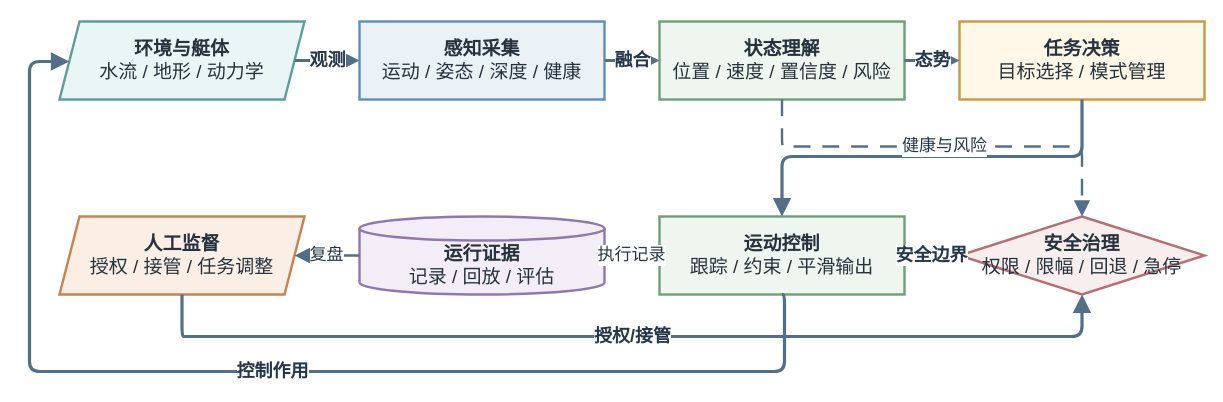
Above: thesis/figures/architecture/auv_system_autonomy_functional_loop.drawio in 360ZMEM/AUV-Master-Mag (draw.io), before the change. Source tidied: cells renumbered, new cells numbered last; positions are measured from the earlier drawing's top-left corner, leaving out a move shared by most shapes. Both pictures are drawn from the tidied source at 100%, with x=0, y=0 at pixel (29, 21).
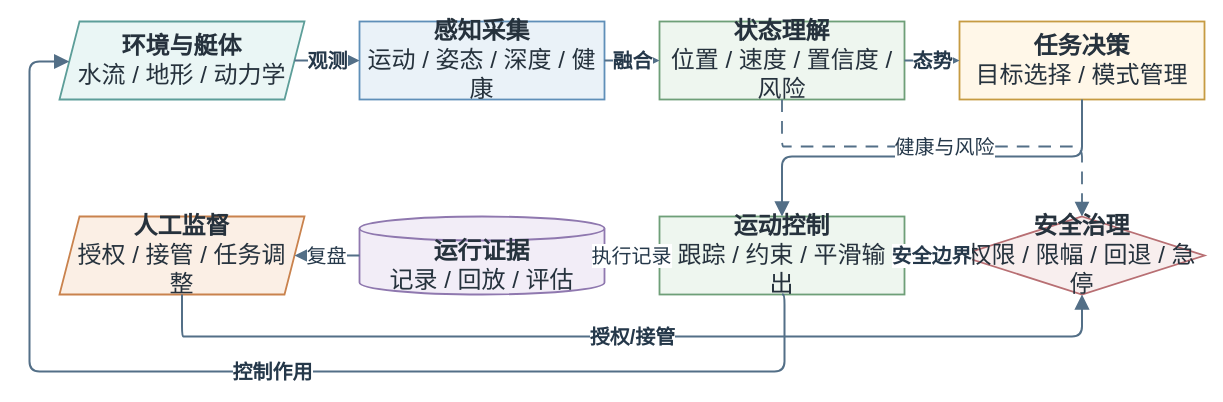
After the change.

The edit, as a diff of the source:
```diff
@@
-    <mxCell id="2" value="&lt;b&gt;环境与艇体&lt;/b&gt;&lt;br&gt;水流 / 地形 / 动力学" style="shape=parallelogram;perimeter=parallelogramPerimeter;fixedSize=1;whiteSpace=wrap;html=1;align=center;verticalAlign=middle;fillColor=#EAF6F5;strokeColor=#5D9E99;strokeWidth=2.4;spacing=8;fontFamily=Songti SC;fontSize=19;fontColor=#26323D;" parent="1" vertex="1">
+    <mxCell id="2" value="&lt;b&gt;环境与艇体&lt;/b&gt;&lt;br&gt;水流 / 地形 / 动力学" style="shape=parallelogram;perimeter=parallelogramPerimeter;fixedSize=1;whiteSpace=wrap;html=1;align=center;verticalAlign=middle;fillColor=#EAF6F5;strokeColor=#5D9E99;strokeWidth=1.8;spacing=8;fontFamily=Songti SC;fontSize=24;fontColor=#26323D;" parent="1" vertex="1">
       <mxGeometry x="30" width="245" height="78" as="geometry" />
     </mxCell>
-    <mxCell id="3" value="&lt;b&gt;感知采集&lt;/b&gt;&lt;br&gt;运动 / 姿态 / 深度 / 健康" style="rounded=0;whiteSpace=wrap;html=1;align=center;verticalAlign=middle;fillColor=#EAF2F8;strokeColor=#5F8FB8;strokeWidth=2.4;spacing=8;fontFamily=Songti SC;fontSize=19;fontColor=#26323D;" parent="1" vertex="1">
+    <mxCell id="3" value="&lt;b&gt;感知采集&lt;/b&gt;&lt;br&gt;运动 / 姿态 / 深度 / 健康" style="rounded=0;whiteSpace=wrap;html=1;align=center;verticalAlign=middle;fillColor=#EAF2F8;strokeColor=#5F8FB8;strokeWidth=1.8;spacing=8;fontFamily=Songti SC;fontSize=24;fontColor=#26323D;" parent="1" vertex="1">
       <mxGeometry x="330" width="245" height="78" as="geometry" />
     </mxCell>
-    <mxCell id="4" value="&lt;b&gt;状态理解&lt;/b&gt;&lt;br&gt;位置 / 速度 / 置信度 / 风险" style="rounded=0;whiteSpace=wrap;html=1;align=center;verticalAlign=middle;fillColor=#EEF6EF;strokeColor=#6E9F78;strokeWidth=2.4;spacing=8;fontFamily=Songti SC;fontSize=19;fontColor=#26323D;" parent="1" vertex="1">
+    <mxCell id="4" value="&lt;b&gt;状态理解&lt;/b&gt;&lt;br&gt;位置 / 速度 / 置信度 / 风险" style="rounded=0;whiteSpace=wrap;html=1;align=center;verticalAlign=middle;fillColor=#EEF6EF;strokeColor=#6E9F78;strokeWidth=1.8;spacing=8;fontFamily=Songti SC;fontSize=24;fontColor=#26323D;" parent="1" vertex="1">
       <mxGeometry x="630" width="245" height="78" as="geometry" />
     </mxCell>
-    <mxCell id="5" value="&lt;b&gt;任务决策&lt;/b&gt;&lt;br&gt;目标选择 / 模式管理" style="rounded=0;whiteSpace=wrap;html=1;align=center;verticalAlign=middle;fillColor=#FFF7E8;strokeColor=#C69B42;strokeWidth=2.4;spacing=8;fontFamily=Songti SC;fontSize=19;fontColor=#26323D;" parent="1" vertex="1">
+    <mxCell id="5" value="&lt;b&gt;任务决策&lt;/b&gt;&lt;br&gt;目标选择 / 模式管理" style="rounded=0;whiteSpace=wrap;html=1;align=center;verticalAlign=middle;fillColor=#FFF7E8;strokeColor=#C69B42;strokeWidth=1.8;spacing=8;fontFamily=Songti SC;fontSize=24;fontColor=#26323D;" parent="1" vertex="1">
       <mxGeometry x="930" width="245" height="78" as="geometry" />
     </mxCell>
-    <mxCell id="6" value="&lt;b&gt;运动控制&lt;/b&gt;&lt;br&gt;跟踪 / 约束 / 平滑输出" style="rounded=0;whiteSpace=wrap;html=1;align=center;verticalAlign=middle;fillColor=#EEF6EF;strokeColor=#6E9F78;strokeWidth=2.4;spacing=8;fontFamily=Songti SC;fontSize=19;fontColor=#26323D;" parent="1" vertex="1">
+    <mxCell id="6" value="&lt;b&gt;运动控制&lt;/b&gt;&lt;br&gt;跟踪 / 约束 / 平滑输出" style="rounded=0;whiteSpace=wrap;html=1;align=center;verticalAlign=middle;fillColor=#EEF6EF;strokeColor=#6E9F78;strokeWidth=1.8;spacing=8;fontFamily=Songti SC;fontSize=24;fontColor=#26323D;" parent="1" vertex="1">
       <mxGeometry x="630" y="195" width="245" height="78" as="geometry" />
     </mxCell>
-    <mxCell id="7" value="&lt;b&gt;安全治理&lt;/b&gt;&lt;br&gt;权限 / 限幅 / 回退 / 急停" style="rhombus;whiteSpace=wrap;html=1;align=center;verticalAlign=middle;fillColor=#F8EEEE;strokeColor=#B86F73;strokeWidth=2.4;spacing=8;fontFamily=Songti SC;fontSize=19;fontColor=#26323D;" parent="1" vertex="1">
+    <mxCell id="7" value="&lt;b&gt;安全治理&lt;/b&gt;&lt;br&gt;权限 / 限幅 / 回退 / 急停" style="rhombus;whiteSpace=wrap;html=1;align=center;verticalAlign=middle;fillColor=#F8EEEE;strokeColor=#B86F73;strokeWidth=1.8;spacing=8;fontFamily=Songti SC;fontSize=24;fontColor=#26323D;" parent="1" vertex="1">
       <mxGeometry x="930" y="195" width="245" height="78" as="geometry" />
     </mxCell>
-    <mxCell id="8" value="&lt;b&gt;人工监督&lt;/b&gt;&lt;br&gt;授权 / 接管 / 任务调整" style="shape=parallelogram;perimeter=parallelogramPerimeter;fixedSize=1;whiteSpace=wrap;html=1;align=center;verticalAlign=middle;fillColor=#FBEFE5;strokeColor=#C9824D;strokeWidth=2.4;spacing=8;fontFamily=Songti SC;fontSize=19;fontColor=#26323D;" parent="1" vertex="1">
+    <mxCell id="8" value="&lt;b&gt;人工监督&lt;/b&gt;&lt;br&gt;授权 / 接管 / 任务调整" style="shape=parallelogram;perimeter=parallelogramPerimeter;fixedSize=1;whiteSpace=wrap;html=1;align=center;verticalAlign=middle;fillColor=#FBEFE5;strokeColor=#C9824D;strokeWidth=1.8;spacing=8;fontFamily=Songti SC;fontSize=24;fontColor=#26323D;" parent="1" vertex="1">
       <mxGeometry x="30" y="195" width="245" height="78" as="geometry" />
     </mxCell>
-    <mxCell id="9" value="&lt;b&gt;运行证据&lt;/b&gt;&lt;br&gt;记录 / 回放 / 评估" style="shape=cylinder3;boundedLbl=1;backgroundOutline=1;size=12;whiteSpace=wrap;html=1;align=center;verticalAlign=middle;fillColor=#F2EDF7;strokeColor=#8F78AF;strokeWidth=2.4;spacing=8;fontFamily=Songti SC;fontSize=19;fontColor=#26323D;" parent="1" vertex="1">
+    <mxCell id="9" value="&lt;b&gt;运行证据&lt;/b&gt;&lt;br&gt;记录 / 回放 / 评估" style="shape=cylinder3;boundedLbl=1;backgroundOutline=1;size=12;whiteSpace=wrap;html=1;align=center;verticalAlign=middle;fillColor=#F2EDF7;strokeColor=#8F78AF;strokeWidth=1.8;spacing=8;fontFamily=Songti SC;fontSize=24;fontColor=#26323D;" parent="1" vertex="1">
       <mxGeometry x="330" y="195" width="245" height="78" as="geometry" />
     </mxCell>
-    <mxCell id="10" value="观测" style="edgeStyle=orthogonalEdgeStyle;rounded=1;jettySize=auto;html=1;strokeColor=#536F87;strokeWidth=3.2;fontFamily=Songti SC;fontSize=18;fontStyle=1;fontColor=#25384A;labelBackgroundColor=#FFFFFF;labelBorderColor=none;endArrow=block;endFill=1;endSize=10;exitX=1;entryX=0;" parent="1" edge="1" source="2" target="3">
+    <mxCell id="10" value="观测" style="edgeStyle=orthogonalEdgeStyle;rounded=1;jettySize=auto;html=1;strokeColor=#536F87;strokeWidth=2.0;fontFamily=Songti SC;fontSize=20;fontStyle=1;fontColor=#25384A;labelBackgroundColor=#FFFFFF;labelBorderColor=none;endArrow=block;endFill=1;endSize=10;exitX=1;entryX=0;" parent="1" edge="1" source="2" target="3">
       <mxGeometry relative="1" as="geometry" />
     </mxCell>
-    <mxCell id="11" value="融合" style="edgeStyle=orthogonalEdgeStyle;rounded=1;jettySize=auto;html=1;strokeColor=#536F87;strokeWidth=3.2;fontFamily=Songti SC;fontSize=18;fontStyle=1;fontColor=#25384A;labelBackgroundColor=#FFFFFF;labelBorderColor=none;endArrow=block;endFill=1;endSize=10;exitX=1;entryX=0;" parent="1" edge="1" source="3" target="4">
+    <mxCell id="11" value="融合" style="edgeStyle=orthogonalEdgeStyle;rounded=1;jettySize=auto;html=1;strokeColor=#536F87;strokeWidth=2.0;fontFamily=Songti SC;fontSize=20;fontStyle=1;fontColor=#25384A;labelBackgroundColor=#FFFFFF;labelBorderColor=none;endArrow=block;endFill=1;endSize=10;exitX=1;entryX=0;" parent="1" edge="1" source="3" target="4">
       <mxGeometry relative="1" as="geometry" />
     </mxCell>
-    <mxCell id="12" value="态势" style="edgeStyle=orthogonalEdgeStyle;rounded=1;jettySize=auto;html=1;strokeColor=#536F87;strokeWidth=3.2;fontFamily=Songti SC;fontSize=18;fontStyle=1;fontColor=#25384A;labelBackgroundColor=#FFFFFF;labelBorderColor=none;endArrow=block;endFill=1;endSize=10;exitX=1;entryX=0;" parent="1" edge="1" source="4" target="5">
+    <mxCell id="12" value="态势" style="edgeStyle=orthogonalEdgeStyle;rounded=1;jettySize=auto;html=1;strokeColor=#536F87;strokeWidth=2.0;fontFamily=Songti SC;fontSize=20;fontStyle=1;fontColor=#25384A;labelBackgroundColor=#FFFFFF;labelBorderColor=none;endArrow=block;endFill=1;endSize=10;exitX=1;entryX=0;" parent="1" edge="1" source="4" target="5">
       <mxGeometry relative="1" as="geometry" />
     </mxCell>
-    <mxCell id="13" style="edgeStyle=orthogonalEdgeStyle;rounded=1;jettySize=auto;html=1;strokeColor=#536F87;strokeWidth=3.2;fontFamily=Songti SC;fontSize=18;fontStyle=1;fontColor=#25384A;labelBackgroundColor=#FFFFFF;labelBorderColor=none;endArrow=block;endFill=1;endSize=10;exitX=0.5;exitY=1;entryX=0.5;entryY=0;" parent="1" edge="1" source="5" target="6">
+    <mxCell id="13" style="edgeStyle=orthogonalEdgeStyle;rounded=1;jettySize=auto;html=1;strokeColor=#536F87;strokeWidth=2.0;fontFamily=Songti SC;fontSize=20;fontStyle=1;fontColor=#25384A;labelBackgroundColor=#FFFFFF;labelBorderColor=none;endArrow=block;endFill=1;endSize=10;exitX=0.5;exitY=1;entryX=0.5;entryY=0;" parent="1" edge="1" source="5" target="6">
       <mxGeometry relative="1" as="geometry">
         <Array as="points">
           <mxPoint x="1053" y="135" />
           <mxPoint x="753" y="135" />
         </Array>
       </mxGeometry>
     </mxCell>
-    <mxCell id="14" value="控制作用" style="edgeStyle=orthogonalEdgeStyle;rounded=1;jettySize=auto;html=1;strokeColor=#536F87;strokeWidth=3.2;fontFamily=Songti SC;fontSize=18;fontStyle=1;fontColor=#25384A;labelBackgroundColor=#FFFFFF;labelBorderColor=none;endArrow=block;endFill=1;endSize=10;exitX=0.5;exitY=1;entryX=0;" parent="1" edge="1" source="6" target="2">
+    <mxCell id="14" value="控制作用" style="edgeStyle=orthogonalEdgeStyle;rounded=1;jettySize=auto;html=1;strokeColor=#536F87;strokeWidth=2.0;fontFamily=Songti SC;fontSize=20;fontStyle=1;fontColor=#25384A;labelBackgroundColor=#FFFFFF;labelBorderColor=none;endArrow=block;endFill=1;endSize=10;exitX=0.5;exitY=1;entryX=0;" parent="1" edge="1" source="6" target="2">
       <mxGeometry relative="1" as="geometry">
         <Array as="points">
           <mxPoint x="755" y="350" />
           <mxPoint y="350" />
           <mxPoint y="40" />
         </Array>
       </mxGeometry>
     </mxCell>
-    <mxCell id="15" value="授权/接管" style="edgeStyle=orthogonalEdgeStyle;rounded=1;jettySize=auto;html=1;strokeColor=#536F87;strokeWidth=3.2;fontFamily=Songti SC;fontSize=18;fontStyle=1;fontColor=#25384A;labelBackgroundColor=#FFFFFF;labelBorderColor=none;endArrow=block;endFill=1;endSize=10;exitX=0.5;exitY=1;entryX=0.5;entryY=1;" parent="1" edge="1" source="8" target="7">
+    <mxCell id="15" value="授权/接管" style="edgeStyle=orthogonalEdgeStyle;rounded=1;jettySize=auto;html=1;strokeColor=#536F87;strokeWidth=2.0;fontFamily=Songti SC;fontSize=20;fontStyle=1;fontColor=#25384A;labelBackgroundColor=#FFFFFF;labelBorderColor=none;endArrow=block;endFill=1;endSize=10;exitX=0.5;exitY=1;entryX=0.5;entryY=1;" parent="1" edge="1" source="8" target="7">
       <mxGeometry relative="1" as="geometry">
         <Array as="points">
           <mxPoint x="155" y="315" />
           <mxPoint x="1055" y="315" />
         </Array>
       </mxGeometry>
     </mxCell>
-    <mxCell id="16" value="安全边界" style="edgeStyle=orthogonalEdgeStyle;rounded=1;jettySize=auto;html=1;strokeColor=#536F87;strokeWidth=3.2;fontFamily=Songti SC;fontSize=18;fontStyle=1;fontColor=#25384A;labelBackgroundColor=#FFFFFF;labelBorderColor=none;endArrow=block;endFill=1;endSize=10;exitX=0;entryX=1;" parent="1" edge="1" source="7" target="6">
+    <mxCell id="16" value="安全边界" style="edgeStyle=orthogonalEdgeStyle;rounded=1;jettySize=auto;html=1;strokeColor=#536F87;strokeWidth=2.0;fontFamily=Songti SC;fontSize=20;fontStyle=1;fontColor=#25384A;labelBackgroundColor=#FFFFFF;labelBorderColor=none;endArrow=block;endFill=1;endSize=10;exitX=0;entryX=1;" parent="1" edge="1" source="7" target="6">
       <mxGeometry relative="1" as="geometry" />
     </mxCell>
-    <mxCell id="17" value="健康与风险" style="edgeStyle=orthogonalEdgeStyle;rounded=1;jettySize=auto;html=1;strokeColor=#536F87;strokeWidth=2.4;fontFamily=Songti SC;fontSize=17;fontColor=#25384A;labelBackgroundColor=#FFFFFF;labelBorderColor=none;endArrow=block;endFill=1;endSize=10;dashed=1;dashPattern=7 5;exitX=0.5;exitY=1;entryX=0.5;entryY=0;" parent="1" edge="1" source="4" target="7">
+    <mxCell id="17" value="健康与风险" style="edgeStyle=orthogonalEdgeStyle;rounded=1;jettySize=auto;html=1;strokeColor=#536F87;strokeWidth=1.8;fontFamily=Songti SC;fontSize=20;fontColor=#25384A;labelBackgroundColor=#FFFFFF;labelBorderColor=none;endArrow=block;endFill=1;endSize=10;dashed=1;dashPattern=7 5;exitX=0.5;exitY=1;entryX=0.5;entryY=0;" parent="1" edge="1" source="4" target="7">
       <mxGeometry relative="1" as="geometry">
         <Array as="points">
           <mxPoint x="755" y="125" />
           <mxPoint x="1055" y="125" />
         </Array>
       </mxGeometry>
     </mxCell>
-    <mxCell id="18" value="执行记录" style="edgeStyle=orthogonalEdgeStyle;rounded=1;jettySize=auto;html=1;strokeColor=#536F87;strokeWidth=2.4;fontFamily=Songti SC;fontSize=17;fontColor=#25384A;labelBackgroundColor=#FFFFFF;labelBorderColor=none;endArrow=block;endFill=1;endSize=10;dashed=1;dashPattern=7 5;exitX=0;entryX=1;" parent="1" edge="1" source="6" target="9">
+    <mxCell id="18" value="执行记录" style="edgeStyle=orthogonalEdgeStyle;rounded=1;jettySize=auto;html=1;strokeColor=#536F87;strokeWidth=1.8;fontFamily=Songti SC;fontSize=20;fontColor=#25384A;labelBackgroundColor=#FFFFFF;labelBorderColor=none;endArrow=block;endFill=1;endSize=10;dashed=1;dashPattern=7 5;exitX=0;entryX=1;" parent="1" edge="1" source="6" target="9">
       <mxGeometry relative="1" as="geometry" />
     </mxCell>
-    <mxCell id="19" value="复盘" style="edgeStyle=orthogonalEdgeStyle;rounded=1;jettySize=auto;html=1;strokeColor=#536F87;strokeWidth=2.4;fontFamily=Songti SC;fontSize=17;fontColor=#25384A;labelBackgroundColor=#FFFFFF;labelBorderColor=none;endArrow=block;endFill=1;endSize=10;dashed=1;dashPattern=7 5;exitX=0;entryX=1;" parent="1" edge="1" source="9" target="8">
+    <mxCell id="19" value="复盘" style="edgeStyle=orthogonalEdgeStyle;rounded=1;jettySize=auto;html=1;strokeColor=#536F87;strokeWidth=1.8;fontFamily=Songti SC;fontSize=20;fontColor=#25384A;labelBackgroundColor=#FFFFFF;labelBorderColor=none;endArrow=block;endFill=1;endSize=10;dashed=1;dashPattern=7 5;exitX=0;entryX=1;" parent="1" edge="1" source="9" target="8">
       <mxGeometry relative="1" as="geometry" />
     </mxCell>
```
